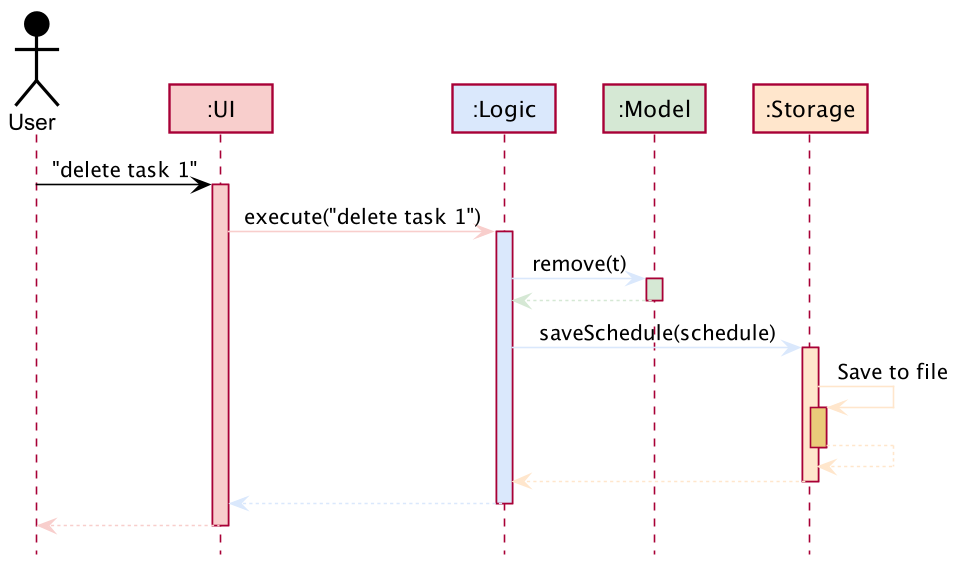
Before: docs/images/ArchitectureSequenceDiagram.png, a diagram exported from PlantUML (petrickjerico/tp).
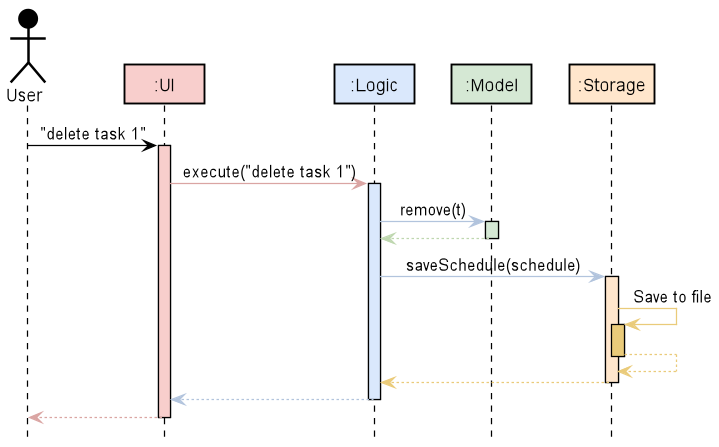
Later version of the same file.

Commit message:
Fix ArchitectureSequenceDiagram color

What changed in the source:
```diff
@@ -2,37 +2,45 @@
 !include style.puml
 
 Actor User as user USER_COLOR
+skinparam ParticipantBorderColor #000000
 Participant ":UI" as ui UI_COLOR
 Participant ":Logic" as logic LOGIC_COLOR
 Participant ":Model" as model MODEL_COLOR
 Participant ":Storage" as storage STORAGE_COLOR
 
+skinparam sequence {
+ArrowColor #000000
+ActorBorderColor #000000
+LifeLineBorderColor #000000
+LifeLineBackgroundColor #000000
+}
+
 user -[USER_COLOR]> ui : "delete task 1"
 activate ui UI_COLOR
 
-ui -[UI_COLOR]> logic : execute("delete task 1")
+ui -[UI_COLOR_T1]> logic : execute("delete task 1")
 activate logic LOGIC_COLOR
 
-logic -[LOGIC_COLOR]> model : remove(t)
+logic -[LOGIC_COLOR_T1]> model : remove(t)
 activate model MODEL_COLOR
 
-model -[MODEL_COLOR]-> logic
+model -[MODEL_COLOR_T1]-> logic
 deactivate model
 
-logic -[LOGIC_COLOR]> storage : saveSchedule(schedule)
+logic -[LOGIC_COLOR_T1]> storage : saveSchedule(schedule)
 activate storage STORAGE_COLOR
 
-storage -[STORAGE_COLOR]> storage : Save to file
+storage -[STORAGE_COLOR_T1]> storage : Save to file
 activate storage STORAGE_COLOR_T1
-storage --[STORAGE_COLOR]> storage
+storage --[STORAGE_COLOR_T1]> storage
 deactivate storage
 
-storage --[STORAGE_COLOR]> logic
+storage --[STORAGE_COLOR_T1]> logic
 deactivate storage
 
-logic --[LOGIC_COLOR]> ui
+logic --[LOGIC_COLOR_T1]> ui
 deactivate logic
 
-ui--[UI_COLOR]> user
+ui--[UI_COLOR_T1]> user
 deactivate ui
 @enduml
```
